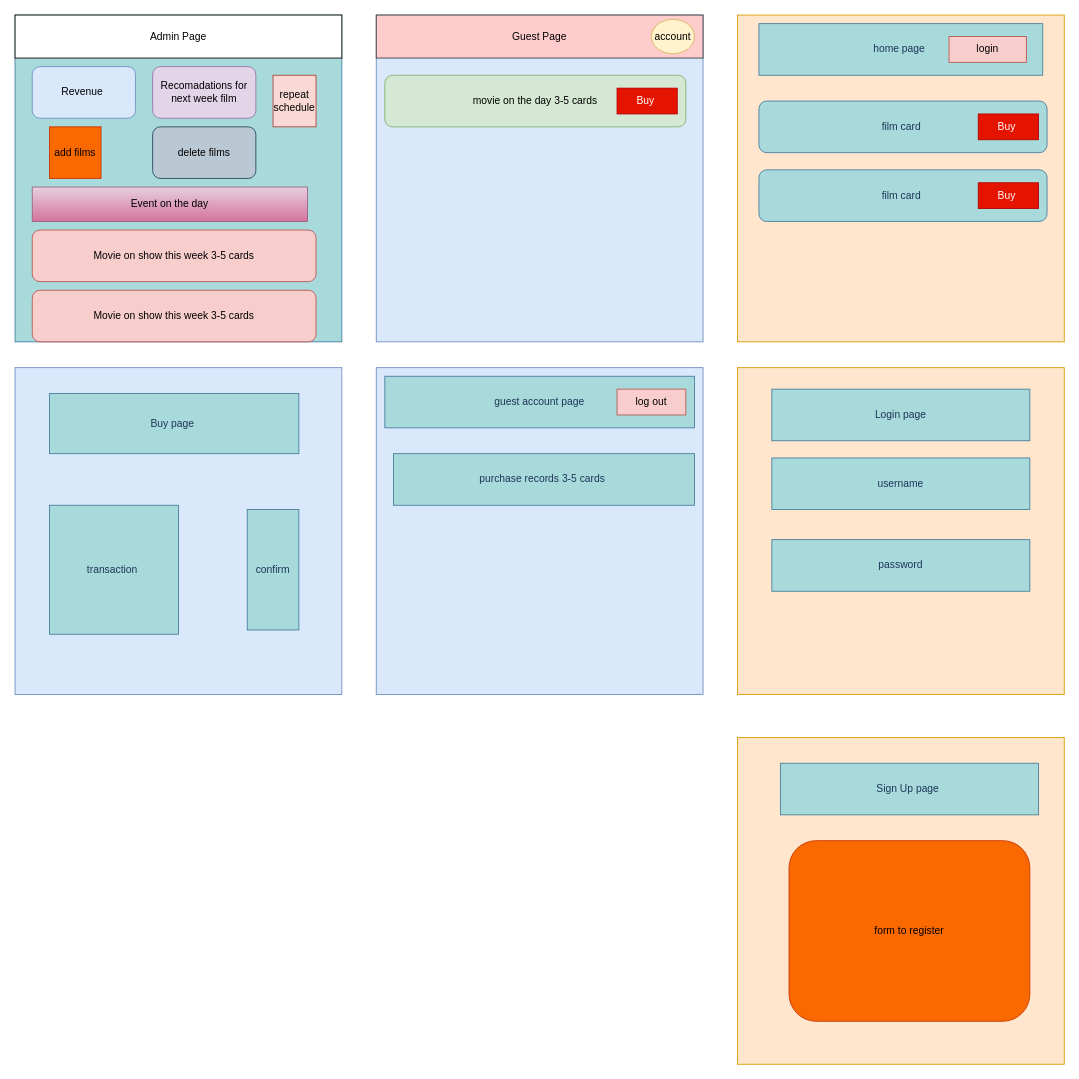
Before: page "Page-2" (2 of 2) of Untitled Diagram.drawio in ultrahumus9000/Boolean-Final-Project-Backend, a draw.io diagram. Source tidied: cells renumbered, new cells numbered last; positions are measured from the earlier drawing's top-left corner, leaving out a move shared by most shapes. Both pictures are drawn from the tidied source at 86%, with x=0, y=0 at pixel (15, 15).
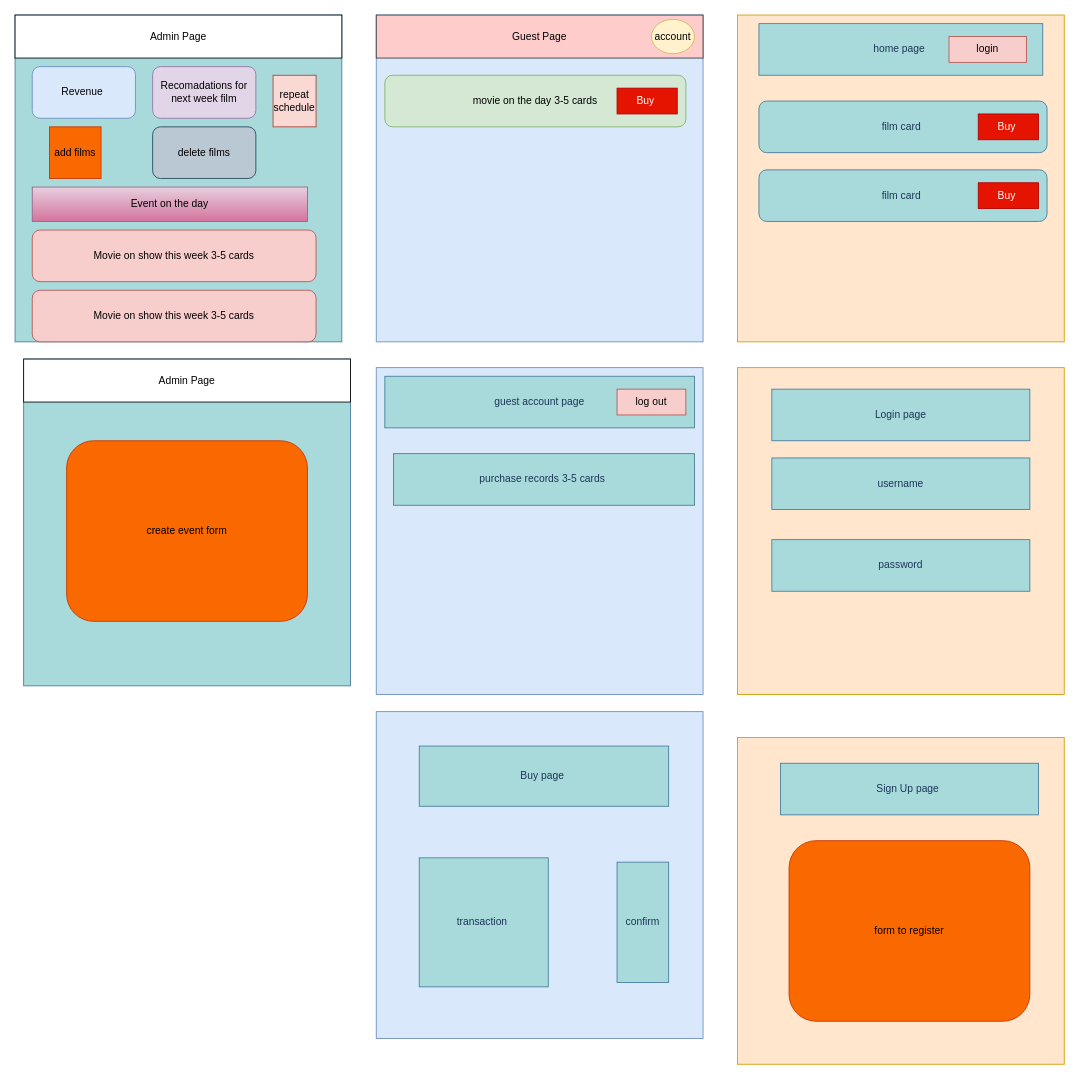
The same diagram, later.

Commit message:
cinema wirefame

Change to the diagram source:
```diff
@@
     <mxCell id="16" style="whiteSpace=wrap;html=1;rounded=0;sketch=0;fillColor=#dae8fc;strokeColor=#6c8ebf;" parent="1" vertex="1">
-      <mxGeometry y="410" width="380" height="380" as="geometry" />
+      <mxGeometry x="420" y="810" width="380" height="380" as="geometry" />
     </mxCell>
     <mxCell id="17" value="Buy page&amp;nbsp;" style="rounded=0;whiteSpace=wrap;html=1;sketch=0;fontColor=#1D3557;strokeColor=#457B9D;fillColor=#A8DADC;" parent="1" vertex="1">
-      <mxGeometry x="40" y="440" width="290" height="70" as="geometry" />
+      <mxGeometry x="470" y="850" width="290" height="70" as="geometry" />
     </mxCell>
     <mxCell id="18" value="transaction&amp;nbsp;" style="whiteSpace=wrap;html=1;rounded=0;sketch=0;fontColor=#1D3557;strokeColor=#457B9D;fillColor=#A8DADC;" parent="1" vertex="1">
-      <mxGeometry x="40" y="570" width="150" height="150" as="geometry" />
+      <mxGeometry x="470" y="980" width="150" height="150" as="geometry" />
     </mxCell>
     <mxCell id="19" value="confirm" style="rounded=0;whiteSpace=wrap;html=1;sketch=0;fontColor=#1D3557;strokeColor=#457B9D;fillColor=#A8DADC;" parent="1" vertex="1">
-      <mxGeometry x="270" y="575" width="60" height="140" as="geometry" />
+      <mxGeometry x="700" y="985" width="60" height="140" as="geometry" />
     </mxCell>
@@
+    <mxCell id="39" style="whiteSpace=wrap;html=1;rounded=0;sketch=0;fontColor=#1D3557;strokeColor=#457B9D;fillColor=#A8DADC;" parent="1" vertex="1">
+      <mxGeometry x="10" y="400" width="380" height="380" as="geometry" />
+    </mxCell>
+    <mxCell id="40" value="Admin Page" style="rounded=0;whiteSpace=wrap;html=1;sketch=0;" parent="1" vertex="1">
+      <mxGeometry x="10" y="400" width="380" height="50" as="geometry" />
+    </mxCell>
+    <mxCell id="41" value="create event form" style="rounded=1;whiteSpace=wrap;html=1;sketch=0;fontColor=#000000;strokeColor=#C73500;fillColor=#fa6800;" parent="1" vertex="1">
+      <mxGeometry x="60" y="495" width="280" height="210" as="geometry" />
+    </mxCell>
```
